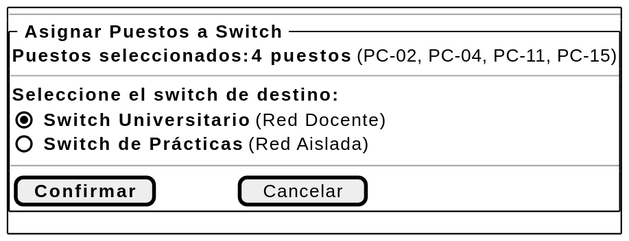
Before: images/01-requisitos/01-detalle-casos-uso/asignarPuestosASwitch/wireframes.svg, a diagram exported from PlantUML (Carlos-Lima2510/mesh-panel).
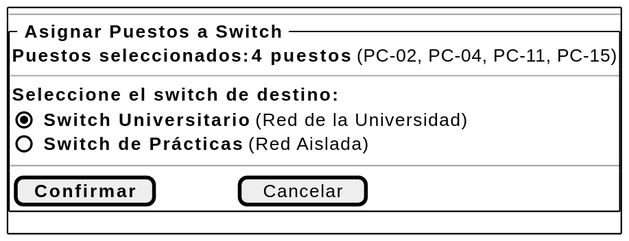
After the commit.

What changed in the source:
```diff
@@ -11,7 +11,7 @@
     {
       <b>Seleccione el switch de destino:</b>
       {
-        (X) <b>Switch Universitario</b> (Red Docente)
+        (X) <b>Switch Universitario</b> (Red de la Universidad)
         () <b>Switch de Prácticas</b> (Red Aislada)
       }
     }
```
